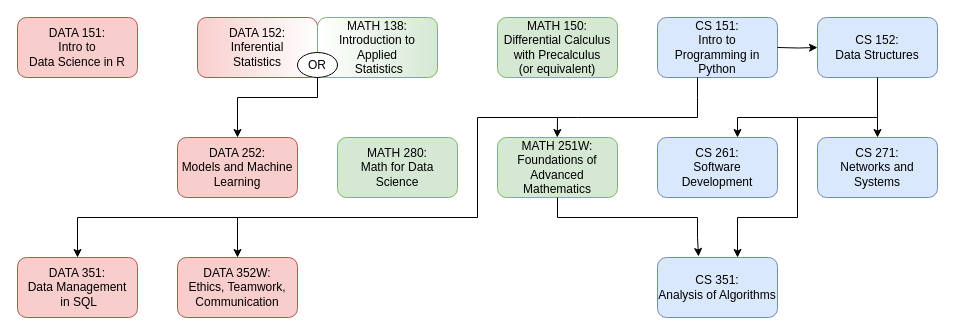
The draw.io diagram advising/photos/src.drawio in cd-public/cd-public.github.io, before the edit. Source tidied: cells renumbered, new cells numbered last; positions are measured from the earlier drawing's top-left corner, leaving out a move shared by most shapes. Both pictures are drawn from the tidied source at 100%, with x=0, y=0 at pixel (17, 17).
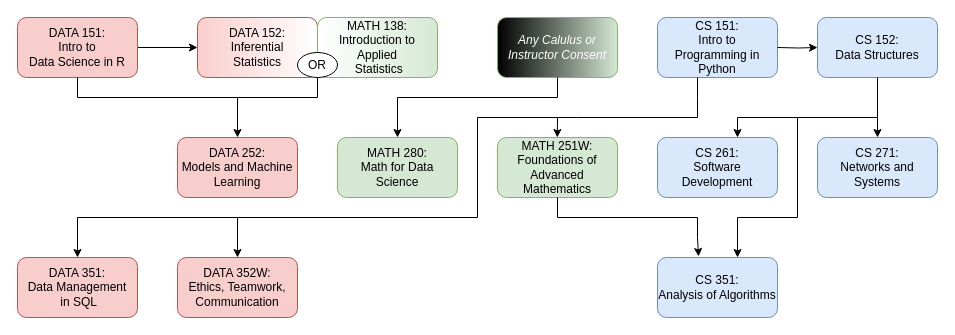
The same diagram, later.

The change refers to these unchanged cells:
```xml
<mxCell id="3" value="&lt;div&gt;DATA 151:&lt;/div&gt;&lt;div&gt;Intro to &lt;br&gt;&lt;/div&gt;&lt;div&gt;Data Science in R&lt;br&gt;&lt;/div&gt;" style="rounded=1;whiteSpace=wrap;html=1;fillColor=#f8cecc;strokeColor=#b85450;" parent="1" vertex="1">
  <mxGeometry width="120" height="60" as="geometry" />
</mxCell>
<mxCell id="4" value="&lt;div&gt;DATA 152:&lt;/div&gt;&lt;div&gt;Inferential &lt;br&gt;&lt;/div&gt;&lt;div&gt;Statistics&lt;br&gt;&lt;/div&gt;" style="rounded=1;whiteSpace=wrap;html=1;fillColor=#f8cecc;strokeColor=#b85450;gradientColor=#ffffff;gradientDirection=east;" parent="1" vertex="1">
  <mxGeometry x="180" width="120" height="60" as="geometry" />
</mxCell>
<mxCell id="5" value="&lt;div&gt;MATH 280:&lt;/div&gt;&lt;div&gt;Math for Data Science&lt;br&gt;&lt;/div&gt;" style="rounded=1;whiteSpace=wrap;html=1;fillColor=#d5e8d4;strokeColor=#82b366;" parent="1" vertex="1">
  <mxGeometry x="320" y="120" width="120" height="60" as="geometry" />
</mxCell>
```

Diff of the diagram source:
```diff
@@
+    <mxCell id="27" style="edgeStyle=orthogonalEdgeStyle;rounded=0;jettySize=auto;html=1;" parent="1" edge="1" source="3" target="4">
+      <mxGeometry relative="1" as="geometry" />
+    </mxCell>
@@
-    <mxCell id="10" value="&lt;div&gt;MATH 150: Differential Calculus with Precalculus&lt;/div&gt;&lt;div&gt;(or equivalent)&lt;br&gt;&lt;/div&gt;" style="rounded=1;whiteSpace=wrap;html=1;fillColor=#d5e8d4;strokeColor=#82b366;" parent="1" vertex="1">
-      <mxGeometry x="480" width="120" height="60" as="geometry" />
-    </mxCell>
@@
+    <mxCell id="28" style="endArrow=none;html=1;rounded=0;entryX=0.5;entryY=1;entryDx=0;entryDy=0;" parent="1" edge="1" target="3">
+      <mxGeometry relative="1" as="geometry">
+        <mxPoint x="220" y="80" as="sourcePoint" />
+        <Array as="points">
+          <mxPoint x="60" y="80" />
+        </Array>
+      </mxGeometry>
+    </mxCell>
+    <mxCell id="29" value="&lt;i&gt;&lt;font color=&quot;#FFFFFF&quot;&gt;Any Calulus or Instructor Consent&lt;/font&gt;&lt;/i&gt;" style="rounded=1;whiteSpace=wrap;html=1;fillColor=#d5e8d4;strokeColor=#82b366;sketch=0;gradientColor=#000000;gradientDirection=west;" parent="1" vertex="1">
+      <mxGeometry x="480" width="120" height="60" as="geometry" />
+    </mxCell>
+    <mxCell id="30" style="endArrow=classic;html=1;rounded=0;exitX=0.5;exitY=1;exitDx=0;exitDy=0;entryX=0.5;entryY=0;entryDx=0;entryDy=0;" parent="1" edge="1" source="29" target="5">
+      <mxGeometry relative="1" as="geometry">
+        <Array as="points">
+          <mxPoint x="540" y="80" />
+          <mxPoint x="380" y="80" />
+        </Array>
+      </mxGeometry>
+    </mxCell>
```
